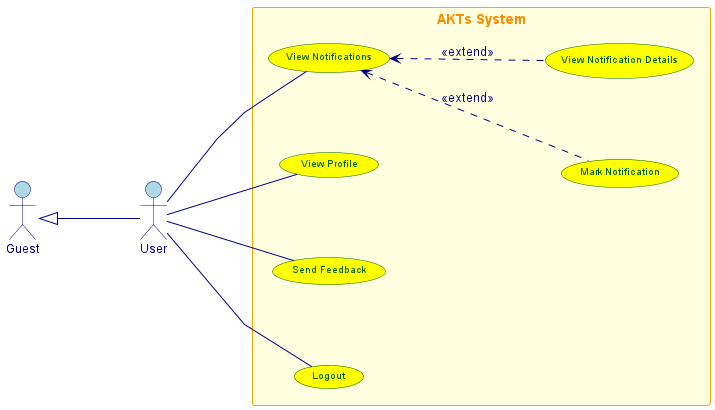
Before: design/out/user/user.png, a diagram exported from PlantUML (conghoan1211/AI-Kiosk-Testing-system). Source of this version:
```plantuml
@startuml
left to right direction
skinparam linetype polyline
skinparam nodesep 80
skinparam ranksep 100

skinparam actor {
  BackgroundColor lightblue
  BorderColor darkblue
  FontColor darkblue
  FontSize 12
}


skinparam usecase {
  BackgroundColor yellow
  BorderColor darkgreen
  FontColor darkgreen
  FontSize 10
}


skinparam rectangle {
  BackgroundColor lightyellow
  BorderColor orange
  FontColor darkorange
  FontSize 14
  FontStyle bold
}


skinparam arrow {
  Color darkblue
  FontColor darkblue
}


together {
  actor Guest as "Guest"
  actor User as "User"

}

rectangle "AKTs System" {
  (View Profile) as UC1
  (Send Feedback) as UC2
  (Logout) as UC5
  (View Notifications) as UC6
  (Mark Notification) as UC8
  (View Notification Details) as UC9
}
Guest <|-d- User
User -- UC1
User -- UC2
User -- UC5
User -- UC6
UC8 .u.> UC6 : <<extend>>
UC9 .u.> UC6 : <<extend>>
@enduml
```
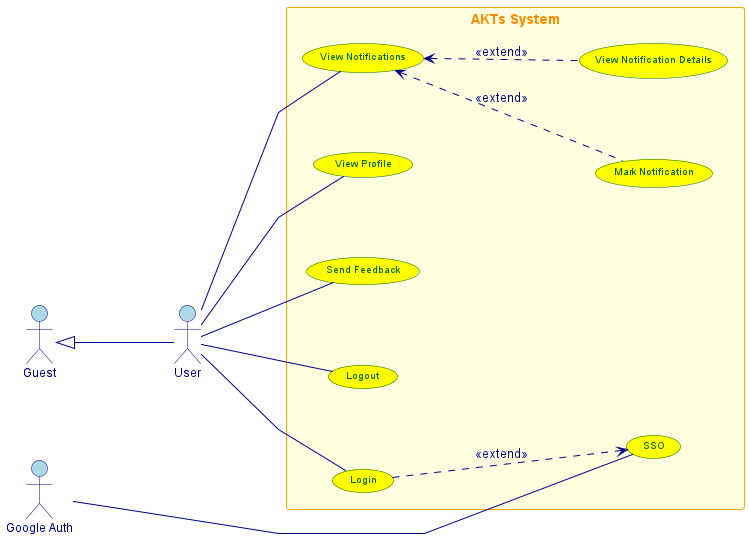
After the commit.

What changed in the source:
```diff
@@ -11,14 +11,12 @@
   FontSize 12
 }
 
-
 skinparam usecase {
   BackgroundColor yellow
   BorderColor darkgreen
   FontColor darkgreen
   FontSize 10
 }
-
 
 skinparam rectangle {
   BackgroundColor lightyellow
@@ -28,32 +26,39 @@
   FontStyle bold
 }
 
-
 skinparam arrow {
   Color darkblue
   FontColor darkblue
 }
 
-
 together {
   actor Guest as "Guest"
   actor User as "User"
-
+  actor GoogleAuth as "Google Auth"
 }
 
 rectangle "AKTs System" {
   (View Profile) as UC1
   (Send Feedback) as UC2
   (Logout) as UC5
+  (Login) as UC10
   (View Notifications) as UC6
   (Mark Notification) as UC8
   (View Notification Details) as UC9
+  (SSO) as UC11
 }
+
 Guest <|-d- User
+
 User -- UC1
 User -- UC2
 User -- UC5
 User -- UC6
+User -- UC10
+
 UC8 .u.> UC6 : <<extend>>
 UC9 .u.> UC6 : <<extend>>
+
+UC10 .d.> UC11 : <<extend>>
+GoogleAuth -- UC11
 @enduml
```
